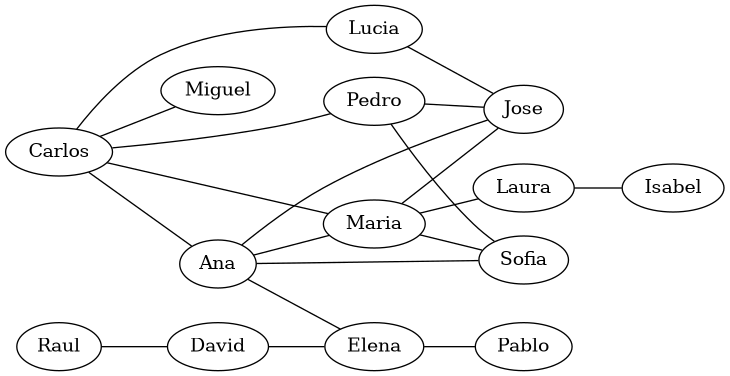
Above: Fase2/SocialStructure/salida/graph.png in lurdesss/-EDD-Proyecto_202103763 (Graphviz), before the change. Its source is kept beside it as Fase2/SocialStructure/salida/graph.dot. The source it was exported from:
```dot
graph G{
rankdir=LR;
Carlos -- Maria;
Carlos -- Ana;
Carlos -- Pedro;
Carlos -- Lucia;
Carlos -- Miguel;
Maria -- Jose;
Maria -- Sofia;
Maria -- Laura;
Ana -- Jose;
Ana -- Sofia;
Ana -- Maria;
Ana -- Elena;
Pedro -- Jose;
Pedro -- Sofia;
Lucia -- Jose;
Raul -- David;
Elena -- Pablo;
Laura -- Isabel;
David -- Elena;
}
```
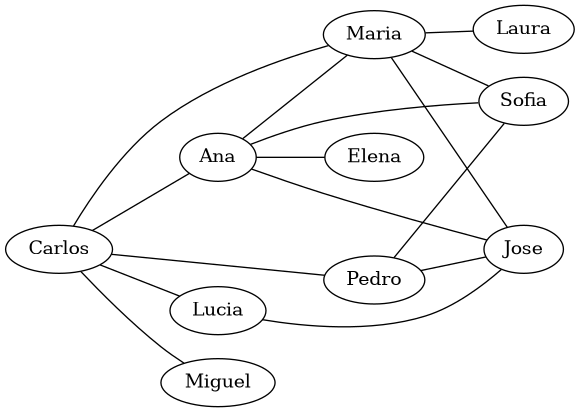
Later version of the same file.

Diff of the diagram source:
```diff
@@ -15,8 +15,4 @@
 Pedro -- Jose;
 Pedro -- Sofia;
 Lucia -- Jose;
-Raul -- David;
-Elena -- Pablo;
-Laura -- Isabel;
-David -- Elena;
 }
```
